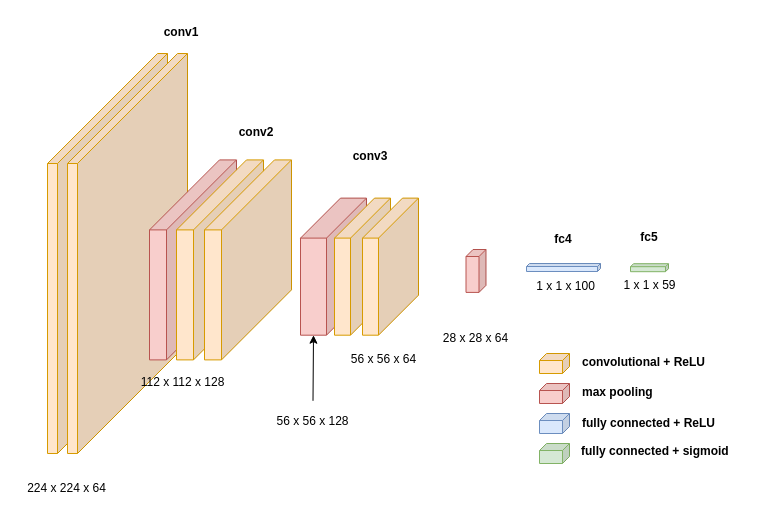
The draw.io diagram vgg16_xml.drawio in hzj415909583/Neural-Network-Architecture-Diagrams, before the edit. Source tidied: cells renumbered, new cells numbered last; positions are measured from the earlier drawing's top-left corner, leaving out a move shared by most shapes. Both pictures are drawn from the tidied source at 100%, with x=0, y=0 at pixel (17, 17).
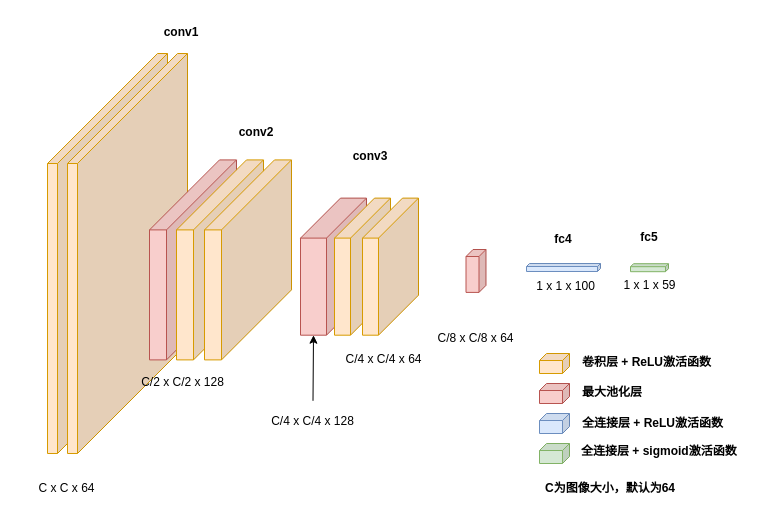
The same page after the edit.

Change to the diagram source:
```diff
@@
-    <mxCell id="18" value="224 x 224 x 64" style="text;html=1;strokeColor=none;fillColor=none;align=center;verticalAlign=middle;whiteSpace=wrap;rounded=0;" parent="1" vertex="1">
+    <mxCell id="18" value="C x C x 64" style="text;html=1;strokeColor=none;fillColor=none;align=center;verticalAlign=middle;whiteSpace=wrap;rounded=0;" parent="1" vertex="1">
       <mxGeometry y="456" width="99" height="30" as="geometry" />
     </mxCell>
-    <mxCell id="19" value="112 x 112 x 128" style="text;html=1;strokeColor=none;fillColor=none;align=center;verticalAlign=middle;whiteSpace=wrap;rounded=0;" parent="1" vertex="1">
+    <mxCell id="19" value="C/2 x C/2 x 128" style="text;html=1;strokeColor=none;fillColor=none;align=center;verticalAlign=middle;whiteSpace=wrap;rounded=0;" parent="1" vertex="1">
       <mxGeometry x="116" y="350" width="99" height="30" as="geometry" />
     </mxCell>
-    <mxCell id="20" value="56 x 56 x 64" style="text;html=1;strokeColor=none;fillColor=none;align=center;verticalAlign=middle;whiteSpace=wrap;rounded=0;" parent="1" vertex="1">
+    <mxCell id="20" value="C/4 x C/4 x 64" style="text;html=1;strokeColor=none;fillColor=none;align=center;verticalAlign=middle;whiteSpace=wrap;rounded=0;" parent="1" vertex="1">
       <mxGeometry x="317" y="327.2" width="99" height="30" as="geometry" />
     </mxCell>
-    <mxCell id="21" value="28 x 28 x 64" style="text;html=1;strokeColor=none;fillColor=none;align=center;verticalAlign=middle;whiteSpace=wrap;rounded=0;" parent="1" vertex="1">
+    <mxCell id="21" value="C/8 x C/8 x 64" style="text;html=1;strokeColor=none;fillColor=none;align=center;verticalAlign=middle;whiteSpace=wrap;rounded=0;" parent="1" vertex="1">
       <mxGeometry x="409" y="306" width="99" height="30" as="geometry" />
     </mxCell>
-    <mxCell id="22" value="56 x 56 x 128" style="text;html=1;strokeColor=none;fillColor=none;align=center;verticalAlign=middle;whiteSpace=wrap;rounded=0;" parent="1" vertex="1">
+    <mxCell id="22" value="C/4 x C/4 x 128" style="text;html=1;strokeColor=none;fillColor=none;align=center;verticalAlign=middle;whiteSpace=wrap;rounded=0;" parent="1" vertex="1">
       <mxGeometry x="246" y="392.1" width="99" height="23.9" as="geometry" />
     </mxCell>
@@
-    <mxCell id="24" value="convolutional + ReLU" style="text;html=1;strokeColor=none;fillColor=none;align=left;verticalAlign=middle;whiteSpace=wrap;rounded=0;fontStyle=1;" parent="1" vertex="1">
+    <mxCell id="24" value="卷积层 + ReLU激活函数" style="text;html=1;strokeColor=none;fillColor=none;align=left;verticalAlign=middle;whiteSpace=wrap;rounded=0;fontStyle=1;" parent="1" vertex="1">
       <mxGeometry x="563" y="333.1" width="138" height="23.9" as="geometry" />
     </mxCell>
-    <mxCell id="25" value="max pooling" style="text;html=1;strokeColor=none;fillColor=none;align=left;verticalAlign=middle;whiteSpace=wrap;rounded=0;fontStyle=1;" parent="1" vertex="1">
+    <mxCell id="25" value="最大池化层" style="text;html=1;strokeColor=none;fillColor=none;align=left;verticalAlign=middle;whiteSpace=wrap;rounded=0;fontStyle=1;" parent="1" vertex="1">
       <mxGeometry x="563" y="363.1" width="138" height="23.9" as="geometry" />
     </mxCell>
-    <mxCell id="26" value="fully connected + ReLU" style="text;html=1;strokeColor=none;fillColor=none;align=left;verticalAlign=middle;whiteSpace=wrap;rounded=0;fontStyle=1;" parent="1" vertex="1">
-      <mxGeometry x="563" y="394.1" width="138" height="23.9" as="geometry" />
+    <mxCell id="26" value="全连接层 + ReLU激活函数" style="text;html=1;strokeColor=none;fillColor=none;align=left;verticalAlign=middle;whiteSpace=wrap;rounded=0;fontStyle=1;" parent="1" vertex="1">
+      <mxGeometry x="563" y="394.1" width="156" height="23.9" as="geometry" />
     </mxCell>
-    <mxCell id="27" value="fully connected + sigmoid" style="text;html=1;strokeColor=none;fillColor=none;align=left;verticalAlign=middle;whiteSpace=wrap;rounded=0;fontStyle=1;" parent="1" vertex="1">
+    <mxCell id="27" value="全连接层 + sigmoid激活函数" style="text;html=1;strokeColor=none;fillColor=none;align=left;verticalAlign=middle;whiteSpace=wrap;rounded=0;fontStyle=1;" parent="1" vertex="1">
       <mxGeometry x="562" y="422.1" width="187" height="23.9" as="geometry" />
     </mxCell>
@@
+    <mxCell id="34" value="C为图像大小，默认为64" style="text;html=1;strokeColor=none;fillColor=none;align=left;verticalAlign=middle;whiteSpace=wrap;rounded=0;fontStyle=1;" parent="1" vertex="1">
+      <mxGeometry x="525.5" y="459.1" width="187" height="23.9" as="geometry" />
+    </mxCell>
```
